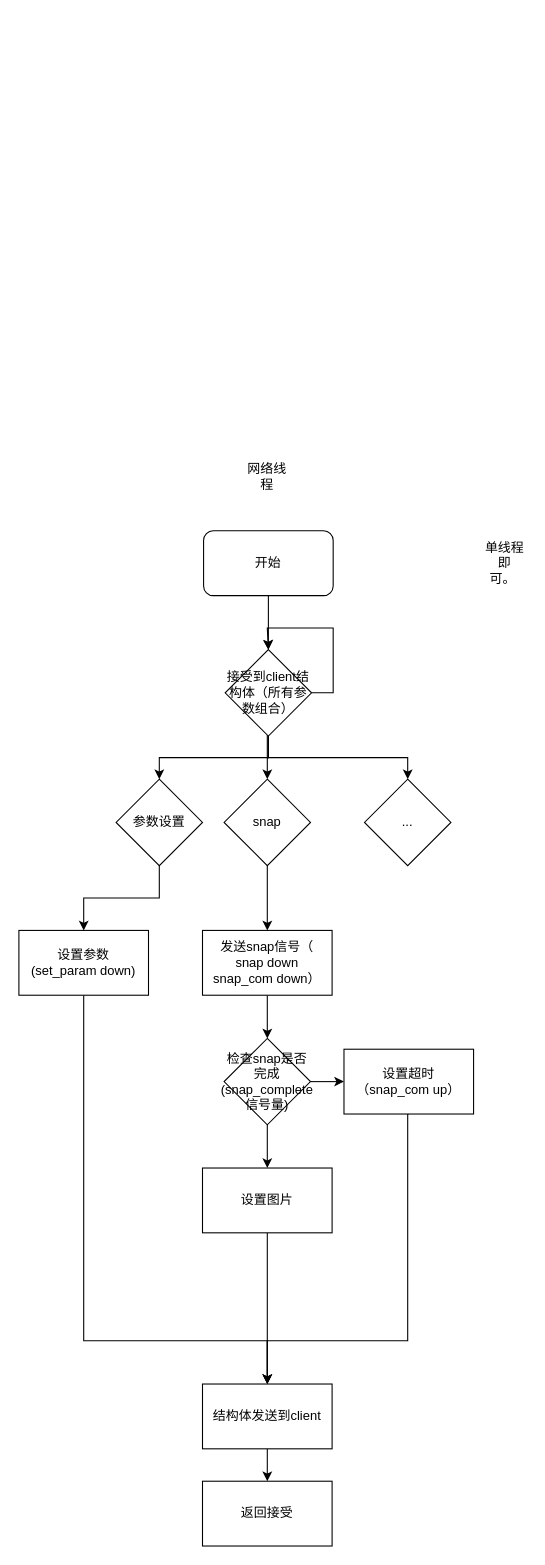
Before: cam_server.drawio in eziohzy/FlowChartRepository, a draw.io diagram. Source tidied: cells renumbered, new cells numbered last; positions are measured from the earlier drawing's top-left corner, leaving out a move shared by most shapes. Both pictures are drawn from the tidied source at 108%, with x=0, y=0 at pixel (18, 465).
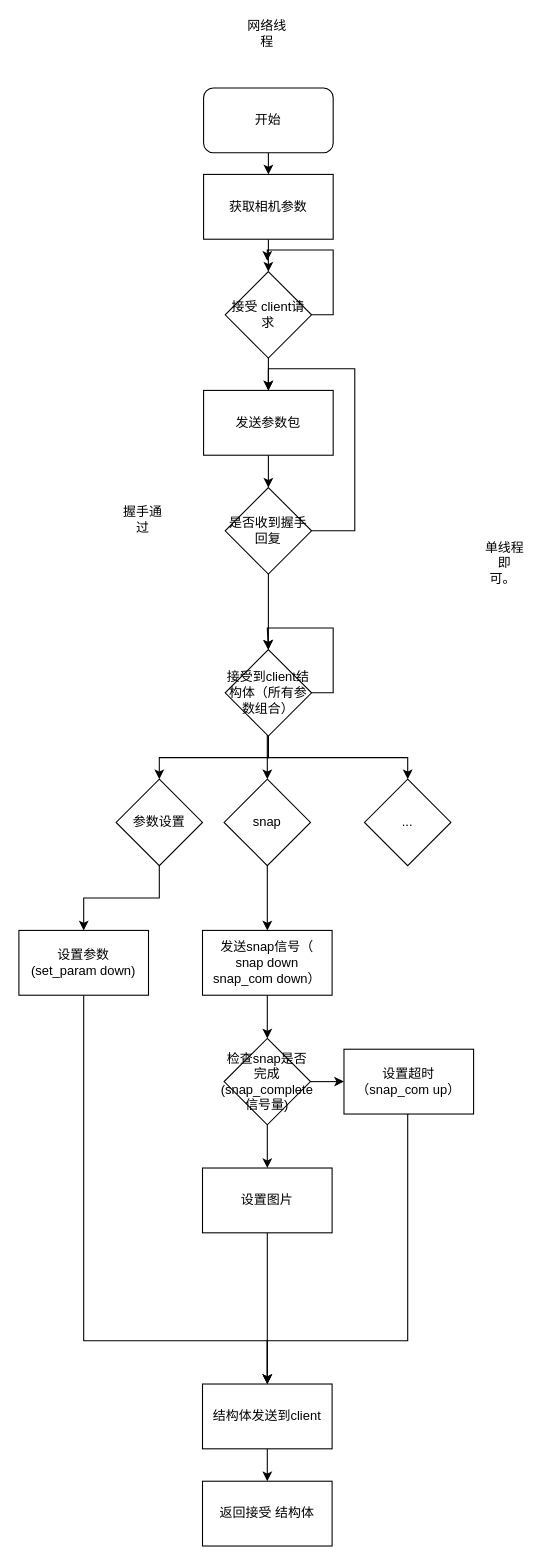
After the change.

The change refers to these unchanged cells:
```xml
<mxCell id="8" value="接受到client结构体（所有参数组合）" style="rhombus;whiteSpace=wrap;html=1;" parent="1" vertex="1">
  <mxGeometry x="191" y="170" width="80" height="80" as="geometry" />
</mxCell>
```

Diff of the diagram source:
```diff
@@
-    <mxCell id="2" style="edgeStyle=orthogonalEdgeStyle;rounded=0;jettySize=auto;html=1;" parent="1" edge="1" source="3" target="8">
-      <mxGeometry relative="1" as="geometry" />
-    </mxCell>
+    <mxCell id="30" style="edgeStyle=orthogonalEdgeStyle;rounded=0;jettySize=auto;html=1;exitX=0.5;exitY=1;exitDx=0;exitDy=0;" parent="1" edge="1" source="3">
+      <mxGeometry relative="1" as="geometry">
+        <mxPoint x="231" y="-270" as="targetPoint" />
+      </mxGeometry>
+    </mxCell>
     <mxCell id="3" value="开始" style="rounded=1;whiteSpace=wrap;html=1;" parent="1" vertex="1">
-      <mxGeometry x="171" y="60" width="120" height="60" as="geometry" />
+      <mxGeometry x="171" y="-350" width="120" height="60" as="geometry" />
     </mxCell>
@@
     <mxCell id="27" value="网络线程" style="text;html=1;strokeColor=none;fillColor=none;align=center;verticalAlign=middle;whiteSpace=wrap;rounded=0;" parent="1" vertex="1">
-      <mxGeometry x="210" width="40" height="20" as="geometry" />
+      <mxGeometry x="210" y="-410" width="40" height="20" as="geometry" />
     </mxCell>
-    <mxCell id="28" value="返回接受" style="rounded=0;whiteSpace=wrap;html=1;" parent="1" vertex="1">
+    <mxCell id="28" value="返回接受 结构体" style="rounded=0;whiteSpace=wrap;html=1;" parent="1" vertex="1">
       <mxGeometry x="170" y="940" width="120" height="60" as="geometry" />
     </mxCell>
@@
+    <mxCell id="31" style="edgeStyle=orthogonalEdgeStyle;rounded=0;jettySize=auto;html=1;exitX=0.5;exitY=1;exitDx=0;exitDy=0;" parent="1" edge="1" source="32">
+      <mxGeometry relative="1" as="geometry">
+        <mxPoint x="231" y="-180" as="targetPoint" />
+      </mxGeometry>
+    </mxCell>
+    <mxCell id="32" value="获取相机参数" style="rounded=0;whiteSpace=wrap;html=1;" parent="1" vertex="1">
+      <mxGeometry x="171" y="-270" width="120" height="60" as="geometry" />
+    </mxCell>
+    <mxCell id="33" style="edgeStyle=orthogonalEdgeStyle;rounded=0;jettySize=auto;html=1;exitX=1;exitY=0.5;exitDx=0;exitDy=0;" parent="1" edge="1" source="35">
+      <mxGeometry relative="1" as="geometry">
+        <mxPoint x="230" y="-190" as="targetPoint" />
+        <Array as="points">
+          <mxPoint x="291" y="-140" />
+          <mxPoint x="291" y="-200" />
+          <mxPoint x="230" y="-200" />
+        </Array>
+      </mxGeometry>
+    </mxCell>
+    <mxCell id="34" style="edgeStyle=orthogonalEdgeStyle;rounded=0;jettySize=auto;html=1;" parent="1" edge="1" source="35">
+      <mxGeometry relative="1" as="geometry">
+        <mxPoint x="231" y="-70" as="targetPoint" />
+      </mxGeometry>
+    </mxCell>
+    <mxCell id="35" value="接受 client请求" style="rhombus;whiteSpace=wrap;html=1;" parent="1" vertex="1">
+      <mxGeometry x="191" y="-180" width="80" height="80" as="geometry" />
+    </mxCell>
+    <mxCell id="36" style="edgeStyle=orthogonalEdgeStyle;rounded=0;jettySize=auto;html=1;" parent="1" edge="1" source="37">
+      <mxGeometry relative="1" as="geometry">
+        <mxPoint x="231" y="20" as="targetPoint" />
+      </mxGeometry>
+    </mxCell>
+    <mxCell id="37" value="发送参数包" style="rounded=0;whiteSpace=wrap;html=1;" parent="1" vertex="1">
+      <mxGeometry x="171" y="-70" width="120" height="60" as="geometry" />
+    </mxCell>
+    <mxCell id="38" style="edgeStyle=orthogonalEdgeStyle;rounded=0;jettySize=auto;html=1;exitX=0.5;exitY=1;exitDx=0;exitDy=0;entryX=0.5;entryY=0;entryDx=0;entryDy=0;" parent="1" edge="1" source="40" target="8">
+      <mxGeometry relative="1" as="geometry" />
+    </mxCell>
+    <mxCell id="39" style="edgeStyle=orthogonalEdgeStyle;rounded=0;jettySize=auto;html=1;entryX=0.5;entryY=0;entryDx=0;entryDy=0;" parent="1" edge="1" source="40" target="37">
+      <mxGeometry relative="1" as="geometry">
+        <Array as="points">
+          <mxPoint x="311" y="60" />
+          <mxPoint x="311" y="-90" />
+          <mxPoint x="231" y="-90" />
+        </Array>
+      </mxGeometry>
+    </mxCell>
+    <mxCell id="40" value="是否收到握手回复" style="rhombus;whiteSpace=wrap;html=1;" parent="1" vertex="1">
+      <mxGeometry x="191" y="20" width="80" height="80" as="geometry" />
+    </mxCell>
+    <mxCell id="41" value="握手通过" style="text;html=1;strokeColor=none;fillColor=none;align=center;verticalAlign=middle;whiteSpace=wrap;rounded=0;" parent="1" vertex="1">
+      <mxGeometry x="94.5" y="40" width="40" height="20" as="geometry" />
+    </mxCell>
```
